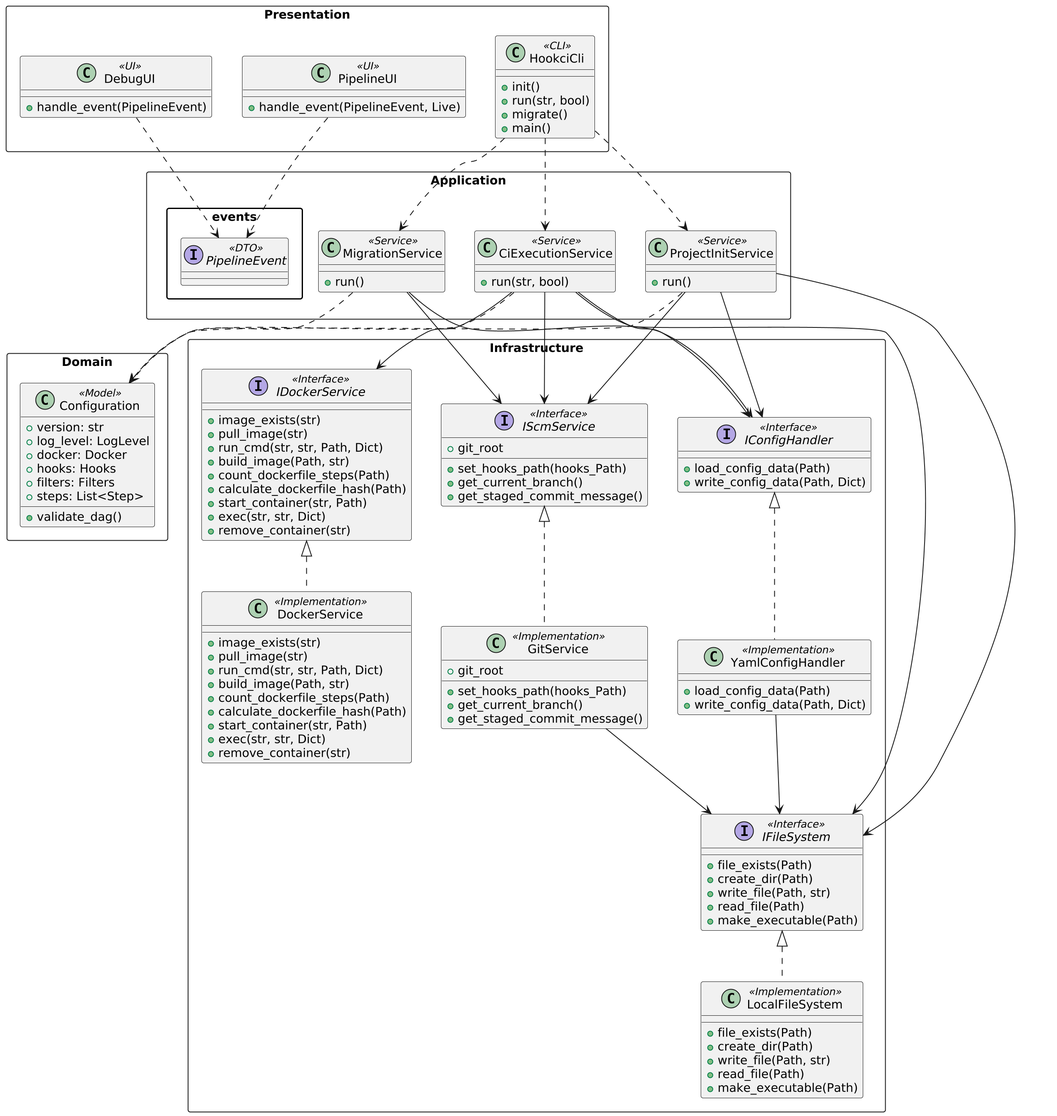
Above: Artefatos/diagrams/classes.png in h3nc4/tmp (PlantUML), before the change.
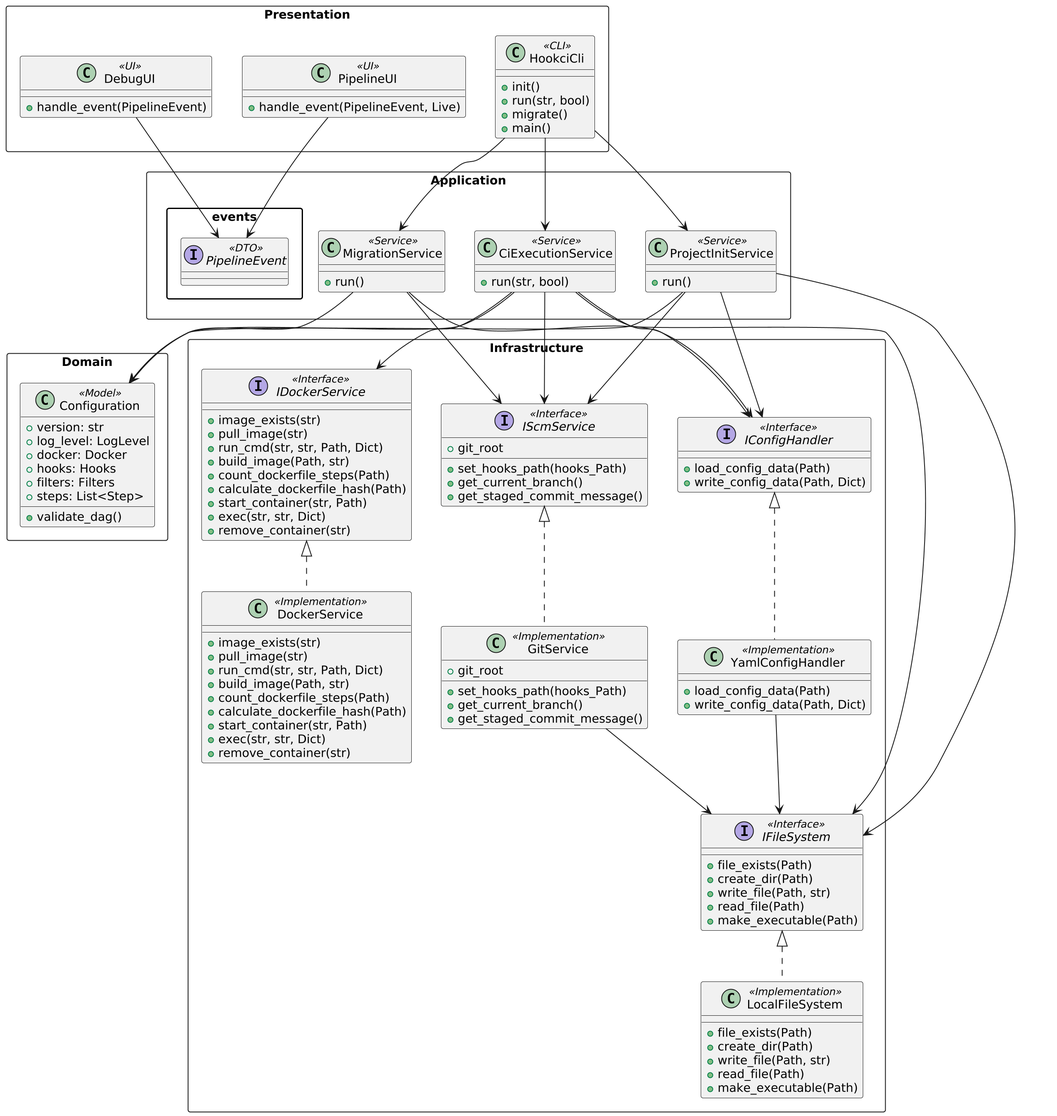
After the commit.

Commit message:
update state diagrams

Change to the diagram source:
```diff
@@ -118,15 +118,15 @@
     YamlConfigHandler .up.|> IConfigHandler
 }
 
-HookciCli .down.> ProjectInitService
-HookciCli .down.> CiExecutionService
-HookciCli .down.> MigrationService
-PipelineUI ..> PipelineEvent
-DebugUI ..> PipelineEvent
+HookciCli -down-> ProjectInitService
+HookciCli -down-> CiExecutionService
+HookciCli -down-> MigrationService
+PipelineUI --> PipelineEvent
+DebugUI --> PipelineEvent
 
-ProjectInitService ..> Configuration
-CiExecutionService ..> Configuration
-MigrationService ..> Configuration
+ProjectInitService --> Configuration
+CiExecutionService --> Configuration
+MigrationService --> Configuration
 
 ProjectInitService --> IScmService
 ProjectInitService --> IFileSystem
```
